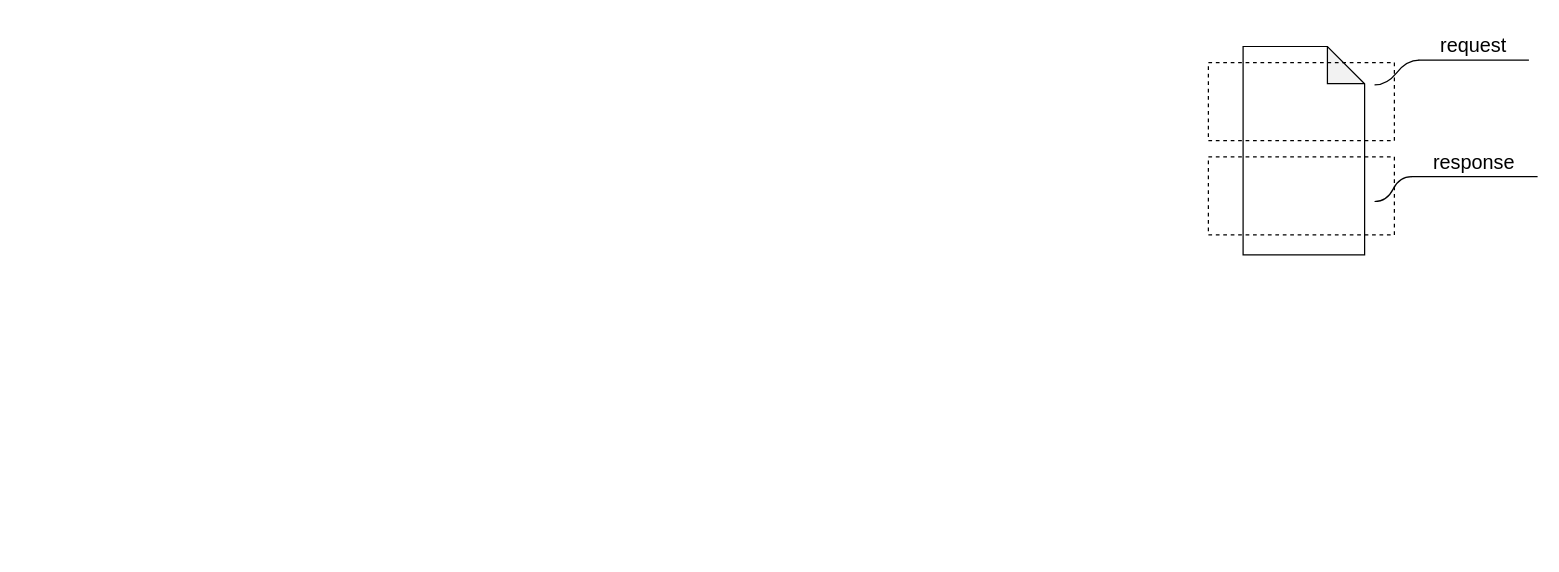
The draw.io diagram page "第 2 页" (2 of 3) of log-design.drawio in Dcell/drawio, before the edit. Source tidied: cells renumbered, new cells numbered last; positions are measured from the earlier drawing's top-left corner, leaving out a move shared by most shapes. Both pictures are drawn from the tidied source at 124%, with x=0, y=0 at pixel (1208, 21).
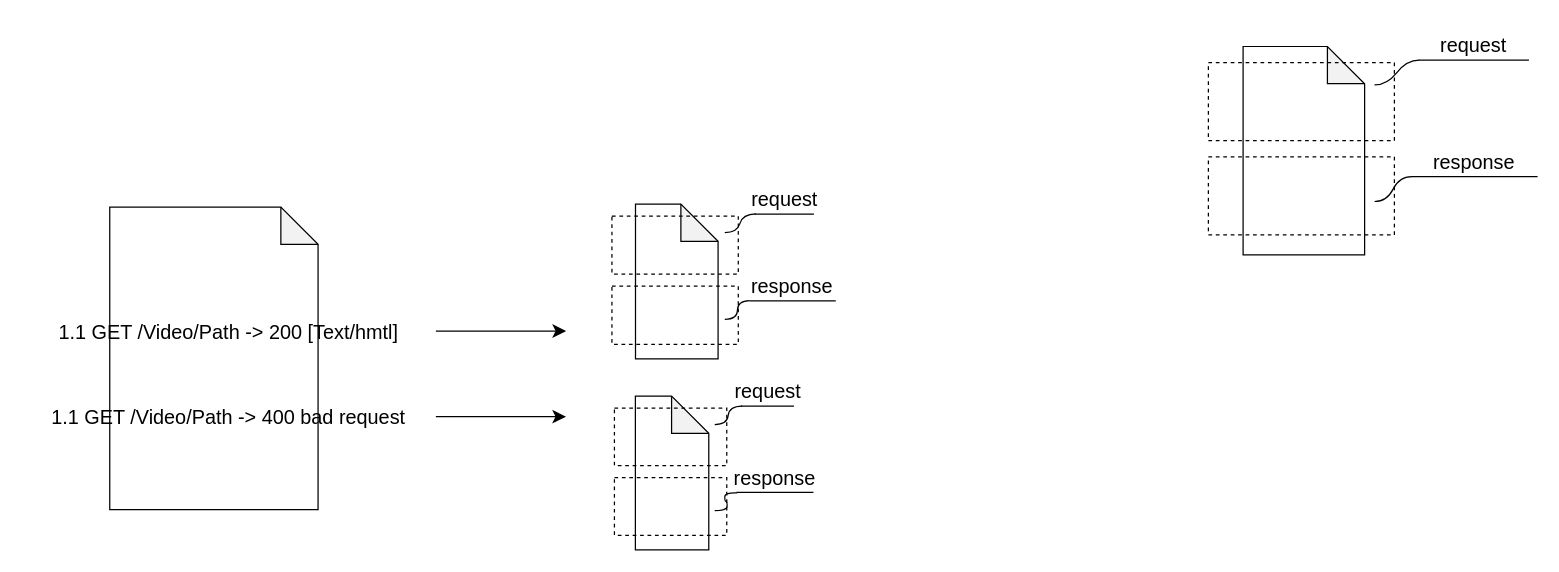
The same diagram, later.

Diff of the diagram source:
```diff
@@
+    <mxCell id="9" style="shape=note;whiteSpace=wrap;html=1;backgroundOutline=1;darkOpacity=0.05;fontSize=16;" parent="1" vertex="1">
+      <mxGeometry x="-886" y="149.5" width="168" height="244" as="geometry" />
+    </mxCell>
+    <mxCell id="10" value="1.1 GET /Video/Path -&amp;gt; 200 [Text/hmtl]" style="text;html=1;strokeColor=none;fillColor=none;align=center;verticalAlign=middle;whiteSpace=wrap;rounded=0;fontSize=16;" parent="1" vertex="1">
+      <mxGeometry x="-957" y="235" width="334" height="30" as="geometry" />
+    </mxCell>
+    <mxCell id="11" style="endArrow=classic;html=1;rounded=0;fontSize=12;startSize=8;endSize=8;curved=1;" parent="1" edge="1">
+      <mxGeometry relative="1" as="geometry">
+        <mxPoint x="-623" y="249.5" as="sourcePoint" />
+        <mxPoint x="-518" y="249.5" as="targetPoint" />
+      </mxGeometry>
+    </mxCell>
+    <mxCell id="12" value="1.1 GET /Video/Path -&amp;gt; 400 bad request" style="text;html=1;strokeColor=none;fillColor=none;align=center;verticalAlign=middle;whiteSpace=wrap;rounded=0;fontSize=16;" parent="1" vertex="1">
+      <mxGeometry x="-957" y="304" width="334" height="30" as="geometry" />
+    </mxCell>
+    <mxCell id="13" style="endArrow=classic;html=1;rounded=0;fontSize=12;startSize=8;endSize=8;curved=1;" parent="1" edge="1">
+      <mxGeometry relative="1" as="geometry">
+        <mxPoint x="-623" y="318.5" as="sourcePoint" />
+        <mxPoint x="-518" y="318.5" as="targetPoint" />
+      </mxGeometry>
+    </mxCell>
+    <mxCell id="14" style="group;" parent="1" vertex="1">
+      <mxGeometry x="-481" y="140" width="180" height="132" as="geometry" />
+    </mxCell>
+    <mxCell id="15" style="shape=note;whiteSpace=wrap;html=1;backgroundOutline=1;darkOpacity=0.05;fontSize=16;" parent="14" vertex="1">
+      <mxGeometry x="19" y="7.1" width="66.6" height="124.9" as="geometry" />
+    </mxCell>
+    <mxCell id="16" style="rounded=0;whiteSpace=wrap;html=1;fontSize=16;dashed=1;fillColor=none;" parent="14" vertex="1">
+      <mxGeometry y="16.7" width="101.9" height="46.9" as="geometry" />
+    </mxCell>
+    <mxCell id="17" style="rounded=0;whiteSpace=wrap;html=1;fontSize=16;dashed=1;fillColor=none;" parent="14" vertex="1">
+      <mxGeometry y="73.3" width="101.9" height="46.9" as="geometry" />
+    </mxCell>
+    <mxCell id="18" value="request" style="whiteSpace=wrap;html=1;shape=partialRectangle;top=0;left=0;bottom=1;right=0;points=[[0,1],[1,1]];fillColor=none;align=center;verticalAlign=bottom;routingCenterY=0.5;snapToPoint=1;newEdgeStyle={&quot;edgeStyle&quot;:&quot;entityRelationEdgeStyle&quot;,&quot;startArrow&quot;:&quot;none&quot;,&quot;endArrow&quot;:&quot;none&quot;,&quot;segment&quot;:10,&quot;curved&quot;:1,&quot;sourcePerimeterSpacing&quot;:0,&quot;targetPerimeterSpacing&quot;:0};fontSize=16;" parent="14" vertex="1">
+      <mxGeometry x="115.5" width="46.9" height="15.2" as="geometry" />
+    </mxCell>
+    <mxCell id="19" style="edgeStyle=entityRelationEdgeStyle;startArrow=none;endArrow=none;segment=10;curved=1;sourcePerimeterSpacing=0;targetPerimeterSpacing=0;rounded=0;fontSize=12;startSize=8;endSize=8;" parent="14" edge="1" target="18">
+      <mxGeometry relative="1" as="geometry">
+        <mxPoint x="91" y="30.1" as="sourcePoint" />
+      </mxGeometry>
+    </mxCell>
+    <mxCell id="20" value="response" style="whiteSpace=wrap;html=1;shape=partialRectangle;top=0;left=0;bottom=1;right=0;points=[[0,1],[1,1]];fillColor=none;align=center;verticalAlign=bottom;routingCenterY=0.5;snapToPoint=1;newEdgeStyle={&quot;edgeStyle&quot;:&quot;entityRelationEdgeStyle&quot;,&quot;startArrow&quot;:&quot;none&quot;,&quot;endArrow&quot;:&quot;none&quot;,&quot;segment&quot;:10,&quot;curved&quot;:1,&quot;sourcePerimeterSpacing&quot;:0,&quot;targetPerimeterSpacing&quot;:0};fontSize=16;" parent="14" vertex="1">
+      <mxGeometry x="111.4" y="62.1" width="68.6" height="23.1" as="geometry" />
+    </mxCell>
+    <mxCell id="21" style="edgeStyle=entityRelationEdgeStyle;startArrow=none;endArrow=none;segment=10;curved=1;sourcePerimeterSpacing=0;targetPerimeterSpacing=0;rounded=0;fontSize=12;startSize=8;endSize=8;" parent="14" edge="1" target="20">
+      <mxGeometry relative="1" as="geometry">
+        <mxPoint x="91" y="100" as="sourcePoint" />
+      </mxGeometry>
+    </mxCell>
+    <mxCell id="22" style="group;" parent="1" vertex="1">
+      <mxGeometry x="-479" y="295" width="160" height="131" as="geometry" />
+    </mxCell>
+    <mxCell id="23" style="shape=note;whiteSpace=wrap;html=1;backgroundOutline=1;darkOpacity=0.05;fontSize=16;" parent="22" vertex="1">
+      <mxGeometry x="16.9" y="7" width="59.2" height="124" as="geometry" />
+    </mxCell>
+    <mxCell id="24" style="rounded=0;whiteSpace=wrap;html=1;fontSize=16;dashed=1;fillColor=none;" parent="22" vertex="1">
+      <mxGeometry y="16.6" width="90.6" height="46.5" as="geometry" />
+    </mxCell>
+    <mxCell id="25" style="rounded=0;whiteSpace=wrap;html=1;fontSize=16;dashed=1;fillColor=none;" parent="22" vertex="1">
+      <mxGeometry y="72.7" width="90.6" height="46.5" as="geometry" />
+    </mxCell>
+    <mxCell id="26" value="request" style="whiteSpace=wrap;html=1;shape=partialRectangle;top=0;left=0;bottom=1;right=0;points=[[0,1],[1,1]];fillColor=none;align=center;verticalAlign=bottom;routingCenterY=0.5;snapToPoint=1;newEdgeStyle={&quot;edgeStyle&quot;:&quot;entityRelationEdgeStyle&quot;,&quot;startArrow&quot;:&quot;none&quot;,&quot;endArrow&quot;:&quot;none&quot;,&quot;segment&quot;:10,&quot;curved&quot;:1,&quot;sourcePerimeterSpacing&quot;:0,&quot;targetPerimeterSpacing&quot;:0};fontSize=16;" parent="22" vertex="1">
+      <mxGeometry x="102.6" width="41.7" height="15.1" as="geometry" />
+    </mxCell>
+    <mxCell id="27" style="edgeStyle=entityRelationEdgeStyle;startArrow=none;endArrow=none;segment=10;curved=1;sourcePerimeterSpacing=0;targetPerimeterSpacing=0;rounded=0;fontSize=12;startSize=8;endSize=8;" parent="22" edge="1" target="26">
+      <mxGeometry relative="1" as="geometry">
+        <mxPoint x="80.9" y="29.9" as="sourcePoint" />
+      </mxGeometry>
+    </mxCell>
+    <mxCell id="28" value="response" style="whiteSpace=wrap;html=1;shape=partialRectangle;top=0;left=0;bottom=1;right=0;points=[[0,1],[1,1]];fillColor=none;align=center;verticalAlign=bottom;routingCenterY=0.5;snapToPoint=1;newEdgeStyle={&quot;edgeStyle&quot;:&quot;entityRelationEdgeStyle&quot;,&quot;startArrow&quot;:&quot;none&quot;,&quot;endArrow&quot;:&quot;none&quot;,&quot;segment&quot;:10,&quot;curved&quot;:1,&quot;sourcePerimeterSpacing&quot;:0,&quot;targetPerimeterSpacing&quot;:0};fontSize=16;" parent="22" vertex="1">
+      <mxGeometry x="99" y="61.6" width="61" height="22.9" as="geometry" />
+    </mxCell>
+    <mxCell id="29" style="edgeStyle=entityRelationEdgeStyle;startArrow=none;endArrow=none;segment=10;curved=1;sourcePerimeterSpacing=0;targetPerimeterSpacing=0;rounded=0;fontSize=12;startSize=8;endSize=8;" parent="22" edge="1" target="28">
+      <mxGeometry relative="1" as="geometry">
+        <mxPoint x="80.9" y="99.3" as="sourcePoint" />
+      </mxGeometry>
+    </mxCell>
```
